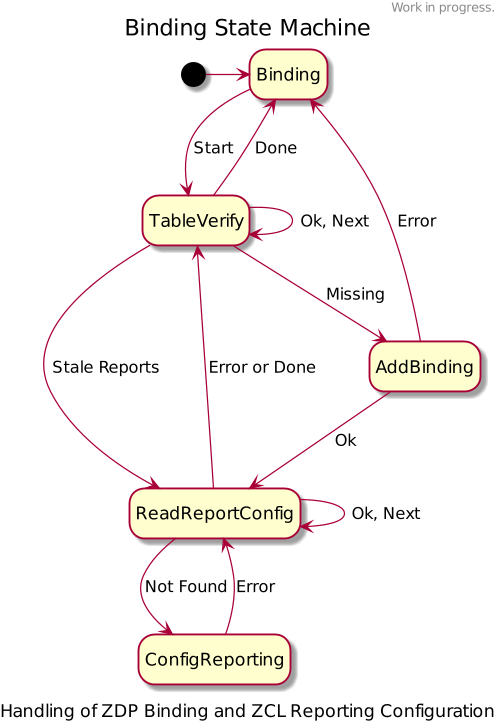
This is arch/diagrams/device_bindings.png from dresden-elektronik/deconz-rest-plugin-v2, a PlantUML export, as it was before one commit.
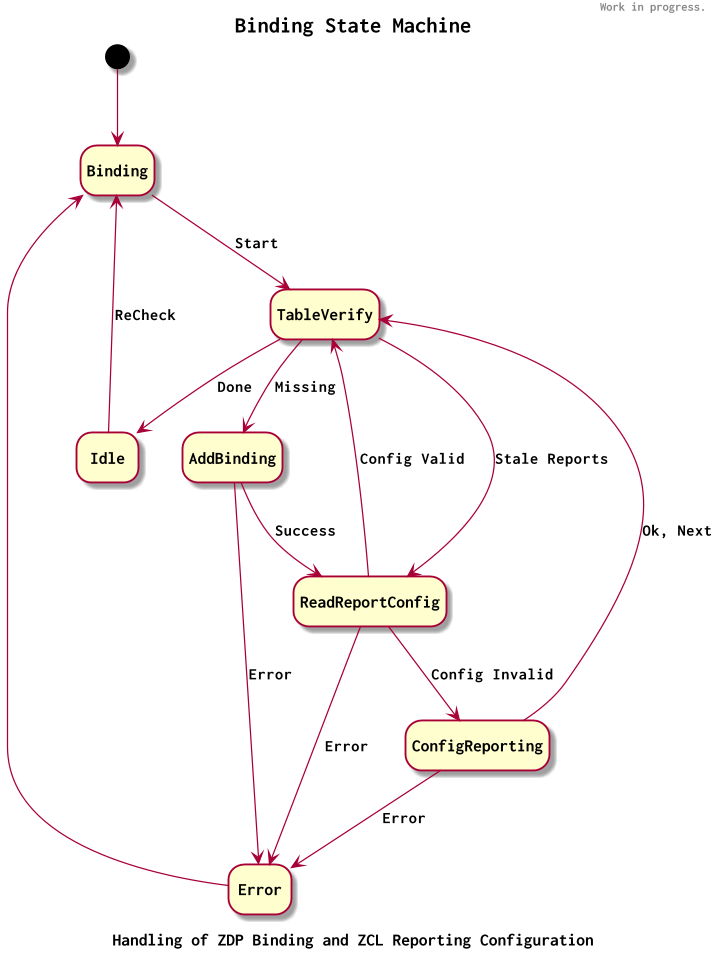
After the commit.

Commit message:
Update Binding state machine diagram

What changed in the source:
```diff
@@ -11,18 +11,20 @@
 hide empty description
 scale 1.25
 
-[*] -> Binding
+[*] --> Binding
+Idle --> Binding : ReCheck
+Error --> Binding
 Binding --> TableVerify : Start
-TableVerify --> Binding : Done
-TableVerify --> TableVerify : Ok, Next
+TableVerify --> Idle : Done
+TableVerify --> ReadReportConfig : Stale Reports
+ReadReportConfig --> TableVerify : Config Valid
 TableVerify --> AddBinding : Missing
-TableVerify --> ReadReportConfig : Stale Reports
-AddBinding --> ReadReportConfig : Ok
-AddBinding --> Binding : Error
-ReadReportConfig --> TableVerify : Error or Done
-ReadReportConfig --> ReadReportConfig : Ok, Next
-ReadReportConfig --> ConfigReporting : Not Found
-ConfigReporting --> ReadReportConfig : Error
+AddBinding --> ReadReportConfig : Success
+AddBinding --> Error : Error
+ReadReportConfig --> Error : Error
+ReadReportConfig --> ConfigReporting : Config Invalid
+ConfigReporting --> TableVerify : Ok, Next
+ConfigReporting --> Error : Error
 
 caption Handling of ZDP Binding and ZCL Reporting Configuration
 
```
